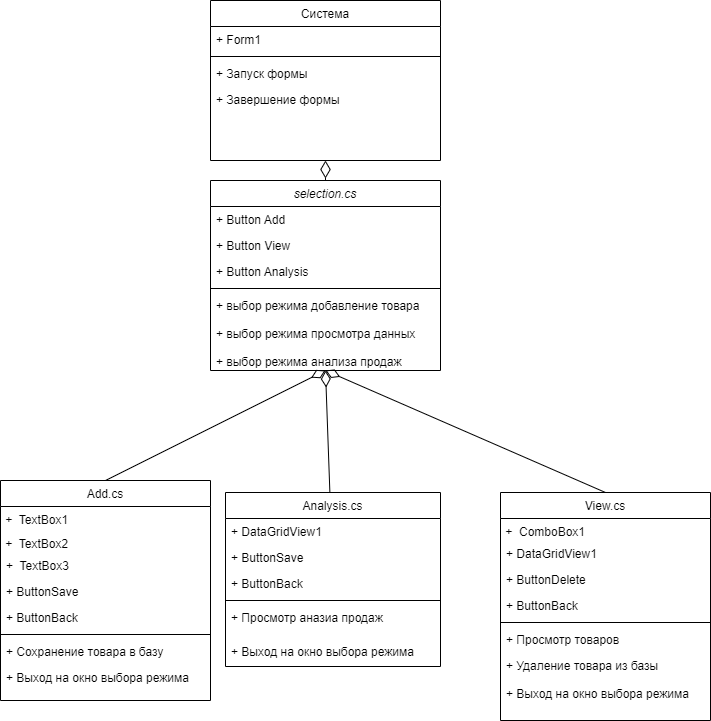
Above: Диаграмма классов.drawio.png in IlyaTupitsin/Practika_2 (draw.io), before the change. Source tidied: cells renumbered, new cells last; positions are measured from the earlier drawing's top-left corner, leaving out a move shared by most shapes.
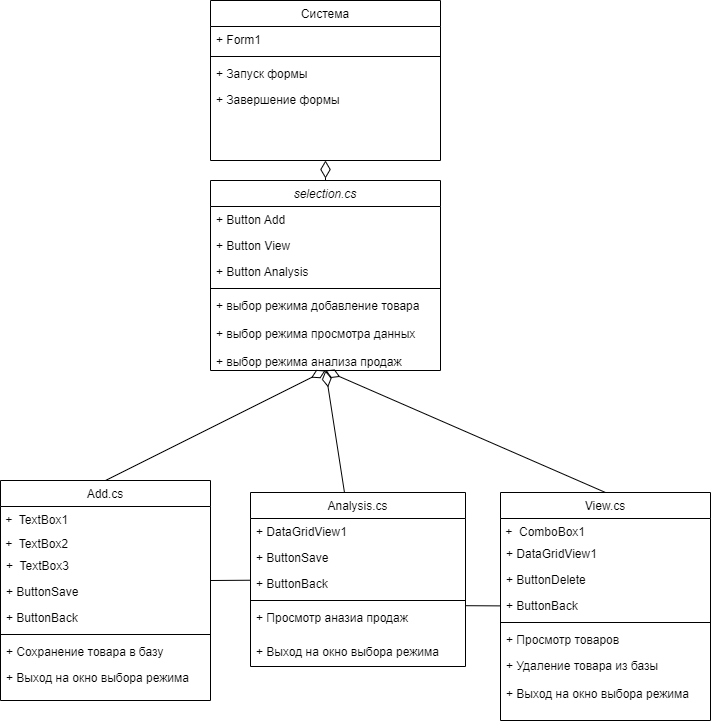
The same diagram one commit later.

Change to the diagram source:
```diff
@@ -104,7 +104,7 @@
       </mxGeometry>
     </mxCell>
     <mxCell id="35" value="Analysis.cs" style="swimlane;fontStyle=0;align=center;verticalAlign=top;horizontal=1;startSize=26;rounded=0;shadow=0;strokeWidth=1;" parent="1" vertex="1">
-      <mxGeometry x="225" y="492" width="215" height="174" as="geometry" />
+      <mxGeometry x="250" y="492" width="215" height="174" as="geometry" />
     </mxCell>
     <mxCell id="36" value="+ DataGridView1&#10;" style="text;align=left;verticalAlign=top;spacingLeft=4;spacingRight=4;overflow=hidden;" parent="35" vertex="1">
       <mxGeometry y="26" width="215" height="26" as="geometry" />
@@ -124,5 +124,13 @@
     <mxCell id="41" value="+ Выход на окно выбора режима" style="text;align=left;verticalAlign=top;spacingLeft=4;spacingRight=4;overflow=hidden;" parent="35" vertex="1">
       <mxGeometry y="146" width="215" height="28" as="geometry" />
     </mxCell>
+    <mxCell id="42" style="rounded=0;jettySize=auto;html=1;entryX=1;entryY=0.035;entryDx=0;entryDy=0;entryPerimeter=0;endArrow=none;endFill=0;" parent="1" edge="1" source="9" target="40">
+      <mxGeometry relative="1" as="geometry" />
+    </mxCell>
+    <mxCell id="43" style="rounded=0;jettySize=auto;html=1;endArrow=none;endFill=0;" parent="1" edge="1" source="35">
+      <mxGeometry relative="1" as="geometry">
+        <mxPoint x="210" y="580" as="targetPoint" />
+      </mxGeometry>
+    </mxCell>
   </root>
 </mxGraphModel>
```
